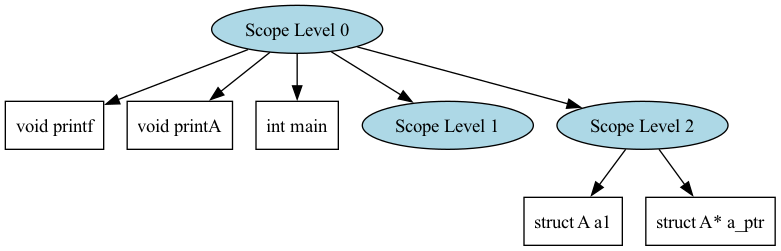
Before: output/in_SymbTable.dot.png, a diagram exported from Graphviz (ArneDePeuter/UA-2024-Compiler). Its source is kept beside it as output/in_SymbTable.dot.
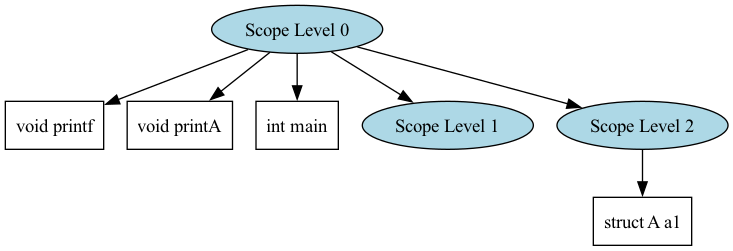
The same file after the commit.

Change to the diagram source:
```diff
@@ -12,6 +12,4 @@
   node1 -> node3;
   node3 -> node3_a1 [color=black];
   node3_a1 [label="struct A a1", shape=box, style=filled, fillcolor=white];
-  node3 -> node3_a_ptr [color=black];
-  node3_a_ptr [label="struct A* a_ptr", shape=box, style=filled, fillcolor=white];
 }
```
